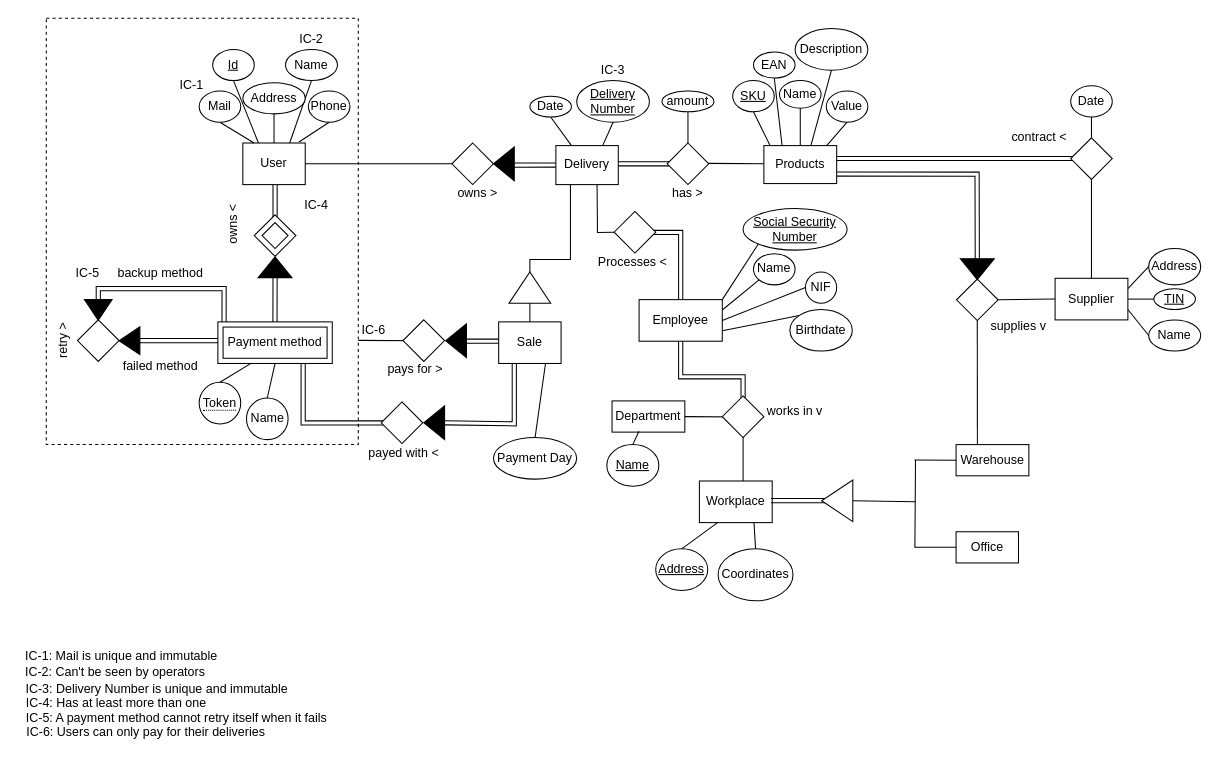
Earlier version of the draw.io diagram Entrega 1/Entrega 1.drawio (Axiself/Proj-BD-22-23). Source tidied: cells renumbered, new cells numbered last; positions are measured from the earlier drawing's top-left corner, leaving out a move shared by most shapes. Both pictures are drawn from the tidied source at 104%, with x=0, y=0 at pixel (18, 18).
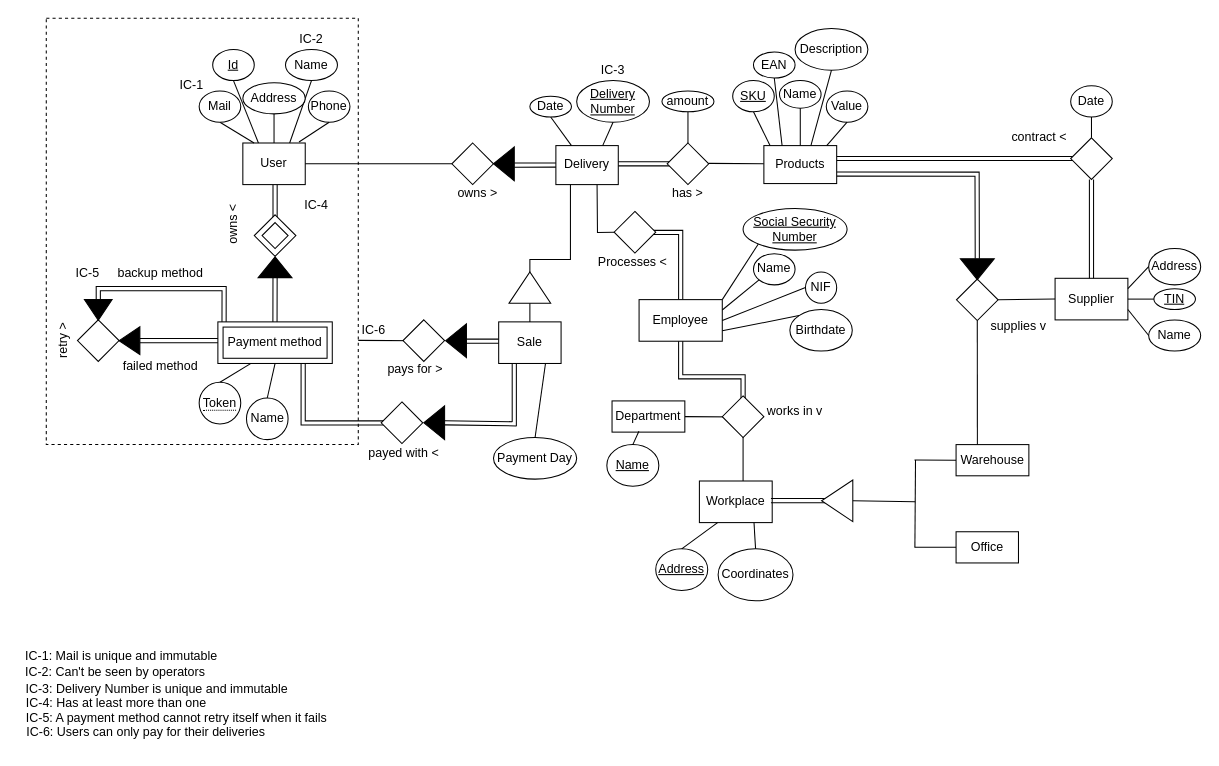
The same diagram, later.

The change refers to these unchanged cells:
```xml
<mxCell id="73" value="Supplier" style="whiteSpace=wrap;html=1;align=center;" parent="1" vertex="1">
  <mxGeometry x="997" y="250.1" width="70" height="40" as="geometry" />
</mxCell>
<mxCell id="128" style="shape=rhombus;perimeter=rhombusPerimeter;whiteSpace=wrap;html=1;align=center;fontStyle=1;" parent="1" vertex="1">
  <mxGeometry x="1012" y="115" width="40" height="40" as="geometry" />
</mxCell>
```

Diff of the diagram source:
```diff
@@
-    <mxCell id="133" style="endArrow=none;html=1;rounded=0;entryX=0.5;entryY=1;entryDx=0;entryDy=0;exitX=0.5;exitY=0;exitDx=0;exitDy=0;" parent="1" edge="1" source="73" target="128">
+    <mxCell id="133" style="endArrow=none;html=1;rounded=0;entryX=0.5;entryY=1;entryDx=0;entryDy=0;exitX=0.5;exitY=0;exitDx=0;exitDy=0;shape=link;" parent="1" edge="1" source="73" target="128">
       <mxGeometry relative="1" as="geometry" />
     </mxCell>
```
